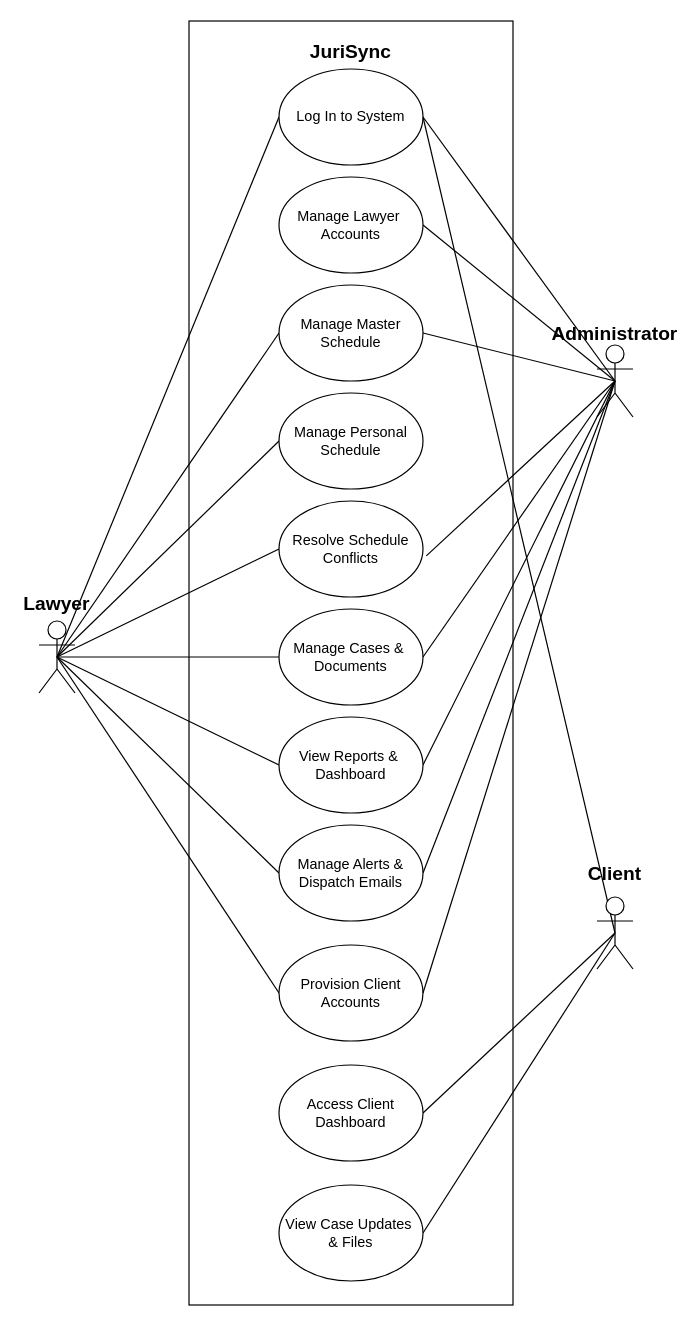
The draw.io diagram UseCaseDiagram.drawio in juuroze/SOFTWARE_DEVELOPMENT, before the edit. Source tidied: cells renumbered, new cells numbered last; positions are measured from the earlier drawing's top-left corner, leaving out a move shared by most shapes. Both pictures are drawn from the tidied source at 120%, with x=0, y=0 at pixel (20, 20).
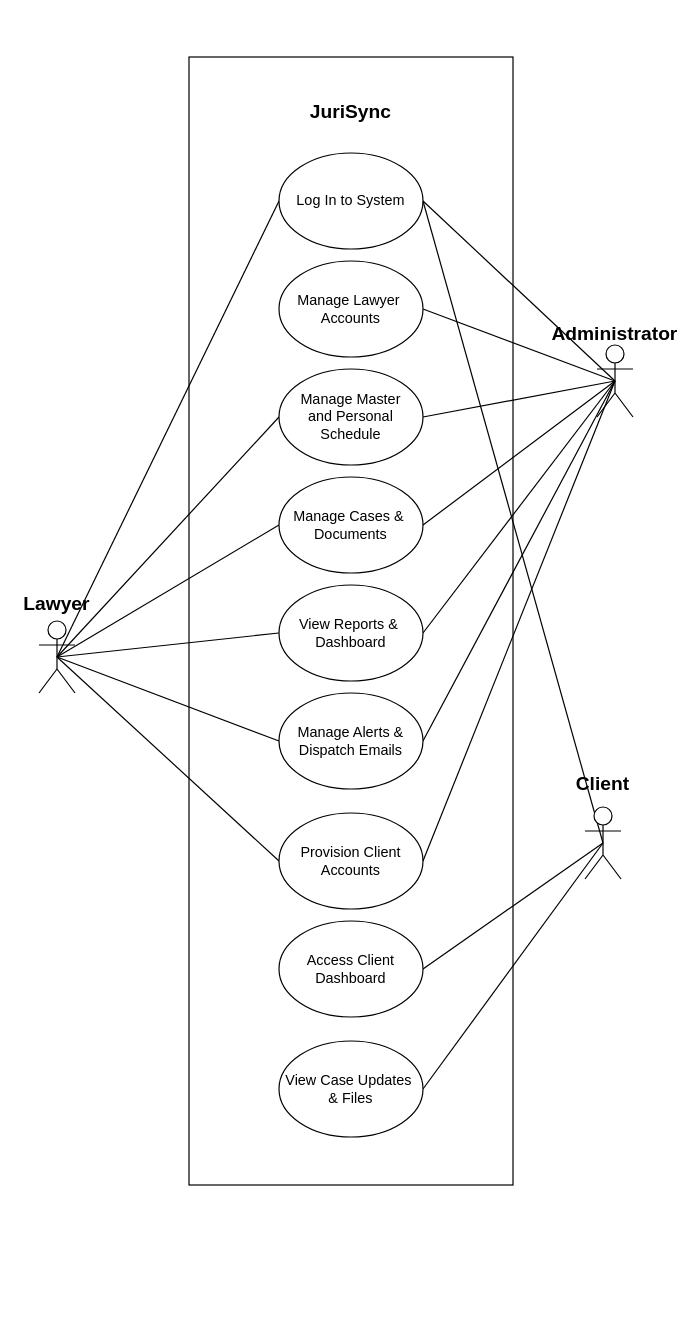
The same page after the edit.

Unchanged cells that the change refers to:
```xml
<mxCell id="11" style="shape=umlActor;verticalLabelPosition=bottom;verticalAlign=top;html=1;outlineConnect=0;" parent="1" vertex="1">
  <mxGeometry x="15" y="500" width="30" height="60" as="geometry" />
</mxCell>
<mxCell id="28" style="shape=umlActor;verticalLabelPosition=bottom;verticalAlign=top;html=1;outlineConnect=0;" parent="1" vertex="1">
  <mxGeometry x="480" y="270" width="30" height="60" as="geometry" />
</mxCell>
```

Change to the diagram source:
```diff
@@
     <mxCell id="2" style="rounded=0;whiteSpace=wrap;html=1;fillColor=none;" parent="1" vertex="1">
-      <mxGeometry x="140" width="270" height="1070" as="geometry" />
+      <mxGeometry x="140" y="30" width="270" height="940" as="geometry" />
     </mxCell>
@@
-    <mxCell id="5" style="edgeStyle=none;rounded=0;jettySize=auto;html=1;exitX=0.5;exitY=0.5;exitDx=0;exitDy=0;exitPerimeter=0;entryX=0;entryY=0.5;entryDx=0;entryDy=0;endArrow=none;endFill=0;" parent="1" edge="1" source="11" target="17">
-      <mxGeometry relative="1" as="geometry" />
-    </mxCell>
-    <mxCell id="6" style="edgeStyle=none;rounded=0;jettySize=auto;html=1;exitX=0.5;exitY=0.5;exitDx=0;exitDy=0;exitPerimeter=0;entryX=0;entryY=0.5;entryDx=0;entryDy=0;endArrow=none;endFill=0;" parent="1" edge="1" source="11" target="18">
-      <mxGeometry relative="1" as="geometry" />
-    </mxCell>
@@
     <mxCell id="15" style="shape=umlActor;verticalLabelPosition=bottom;verticalAlign=top;html=1;outlineConnect=0;" parent="1" vertex="1">
-      <mxGeometry x="480" y="730" width="30" height="60" as="geometry" />
+      <mxGeometry x="470" y="655" width="30" height="60" as="geometry" />
     </mxCell>
     <mxCell id="16" value="Log In to System" style="ellipse;whiteSpace=wrap;html=1;" parent="1" vertex="1">
-      <mxGeometry x="215" y="40" width="120" height="80" as="geometry" />
+      <mxGeometry x="215" y="110" width="120" height="80" as="geometry" />
     </mxCell>
-    <mxCell id="17" value="Manage Personal&lt;div&gt;Schedule&lt;/div&gt;" style="ellipse;whiteSpace=wrap;html=1;" parent="1" vertex="1">
-      <mxGeometry x="215" y="310" width="120" height="80" as="geometry" />
-    </mxCell>
-    <mxCell id="18" value="Resolve Schedule&lt;div&gt;Conflicts&lt;/div&gt;" style="ellipse;whiteSpace=wrap;html=1;" parent="1" vertex="1">
-      <mxGeometry x="215" y="400" width="120" height="80" as="geometry" />
-    </mxCell>
     <mxCell id="19" value="Provision Client Accounts" style="ellipse;whiteSpace=wrap;html=1;" parent="1" vertex="1">
-      <mxGeometry x="215" y="770" width="120" height="80" as="geometry" />
+      <mxGeometry x="215" y="660" width="120" height="80" as="geometry" />
     </mxCell>
     <mxCell id="20" value="Manage Cases &amp;amp;&amp;nbsp;&lt;div&gt;Documents&lt;/div&gt;" style="ellipse;whiteSpace=wrap;html=1;" parent="1" vertex="1">
-      <mxGeometry x="215" y="490" width="120" height="80" as="geometry" />
+      <mxGeometry x="215" y="380" width="120" height="80" as="geometry" />
     </mxCell>
@@
     <mxCell id="29" value="JuriSync" style="text;html=1;whiteSpace=wrap;align=center;verticalAlign=middle;rounded=0;fontSize=16;fontStyle=1;" parent="1" vertex="1">
-      <mxGeometry x="245" y="10" width="60" height="30" as="geometry" />
+      <mxGeometry x="245" y="60" width="60" height="30" as="geometry" />
     </mxCell>
     <mxCell id="30" value="Manage Lawyer&amp;nbsp;&lt;div&gt;Accounts&lt;/div&gt;" style="ellipse;whiteSpace=wrap;html=1;" parent="1" vertex="1">
-      <mxGeometry x="215" y="130" width="120" height="80" as="geometry" />
+      <mxGeometry x="215" y="200" width="120" height="80" as="geometry" />
     </mxCell>
     <mxCell id="31" value="View Reports &amp;amp;&amp;nbsp;&lt;div&gt;Dashboard&lt;/div&gt;" style="ellipse;whiteSpace=wrap;html=1;" parent="1" vertex="1">
-      <mxGeometry x="215" y="580" width="120" height="80" as="geometry" />
+      <mxGeometry x="215" y="470" width="120" height="80" as="geometry" />
     </mxCell>
-    <mxCell id="32" value="Manage Master&lt;div&gt;Schedule&lt;/div&gt;" style="ellipse;whiteSpace=wrap;html=1;" parent="1" vertex="1">
-      <mxGeometry x="215" y="220" width="120" height="80" as="geometry" />
+    <mxCell id="32" value="Manage Master&lt;div&gt;and Personal Schedule&lt;/div&gt;" style="ellipse;whiteSpace=wrap;html=1;" parent="1" vertex="1">
+      <mxGeometry x="215" y="290" width="120" height="80" as="geometry" />
     </mxCell>
     <mxCell id="33" value="Manage Alerts &amp;amp;&lt;div&gt;Dispatch Emails&lt;/div&gt;" style="ellipse;whiteSpace=wrap;html=1;" parent="1" vertex="1">
-      <mxGeometry x="215" y="670" width="120" height="80" as="geometry" />
+      <mxGeometry x="215" y="560" width="120" height="80" as="geometry" />
     </mxCell>
     <mxCell id="34" value="Access Client&lt;div&gt;Dashboard&lt;/div&gt;" style="ellipse;whiteSpace=wrap;html=1;" parent="1" vertex="1">
-      <mxGeometry x="215" y="870" width="120" height="80" as="geometry" />
+      <mxGeometry x="215" y="750" width="120" height="80" as="geometry" />
     </mxCell>
     <mxCell id="35" value="View Case Updates&amp;nbsp;&lt;div&gt;&amp;amp; Files&lt;/div&gt;" style="ellipse;whiteSpace=wrap;html=1;" parent="1" vertex="1">
-      <mxGeometry x="215" y="970" width="120" height="80" as="geometry" />
+      <mxGeometry x="215" y="850" width="120" height="80" as="geometry" />
     </mxCell>
-    <mxCell id="36" style="edgeStyle=none;rounded=0;jettySize=auto;html=1;exitX=0.5;exitY=0.5;exitDx=0;exitDy=0;exitPerimeter=0;entryX=1.023;entryY=0.572;entryDx=0;entryDy=0;entryPerimeter=0;endArrow=none;endFill=0;" parent="1" edge="1" source="28" target="18">
-      <mxGeometry relative="1" as="geometry" />
-    </mxCell>
@@
     <mxCell id="39" value="Client" style="text;html=1;whiteSpace=wrap;align=center;verticalAlign=middle;rounded=0;fontSize=16;fontStyle=1;" parent="1" vertex="1">
-      <mxGeometry x="465" y="695" width="60" height="30" as="geometry" />
+      <mxGeometry x="455" y="620" width="60" height="30" as="geometry" />
     </mxCell>
```
